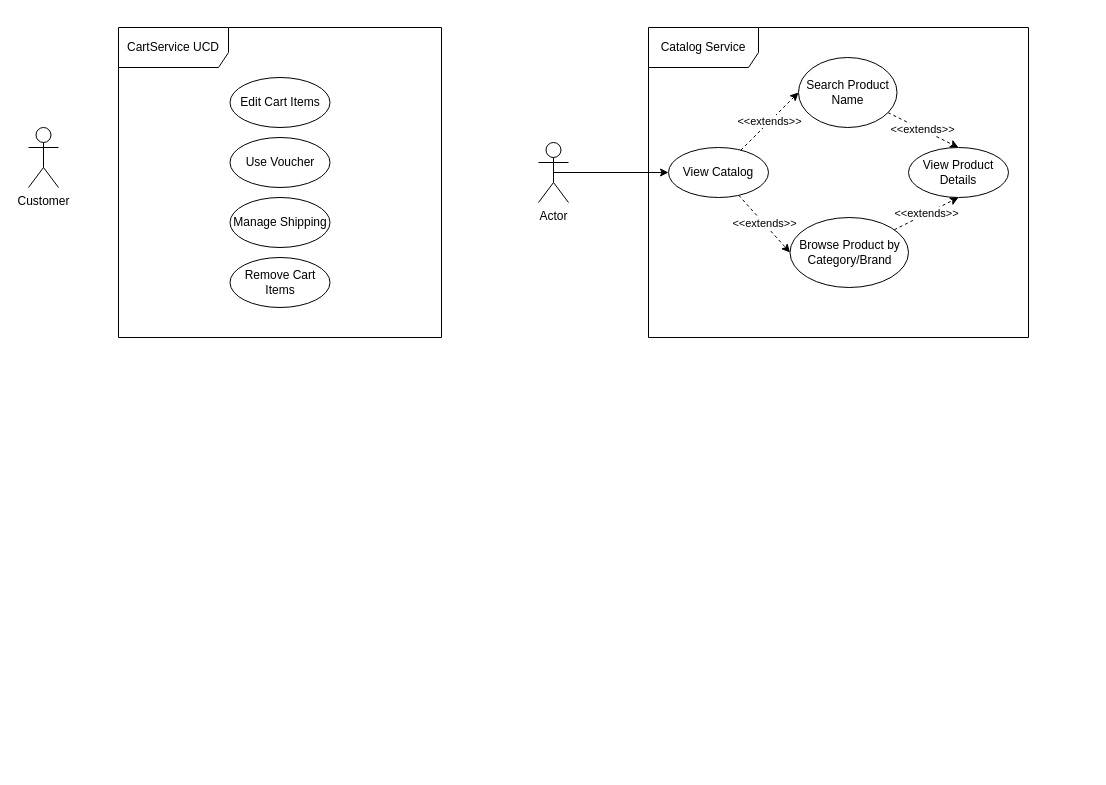
This is DD_usecase.drawio from fsidiqs/DD_Diagrams, a draw.io file, before an edit. Source tidied: cells renumbered, new cells numbered last; positions are measured from the earlier drawing's top-left corner, leaving out a move shared by most shapes. Both pictures are drawn from the tidied source at 100%, with x=0, y=0 at pixel (28, 27).
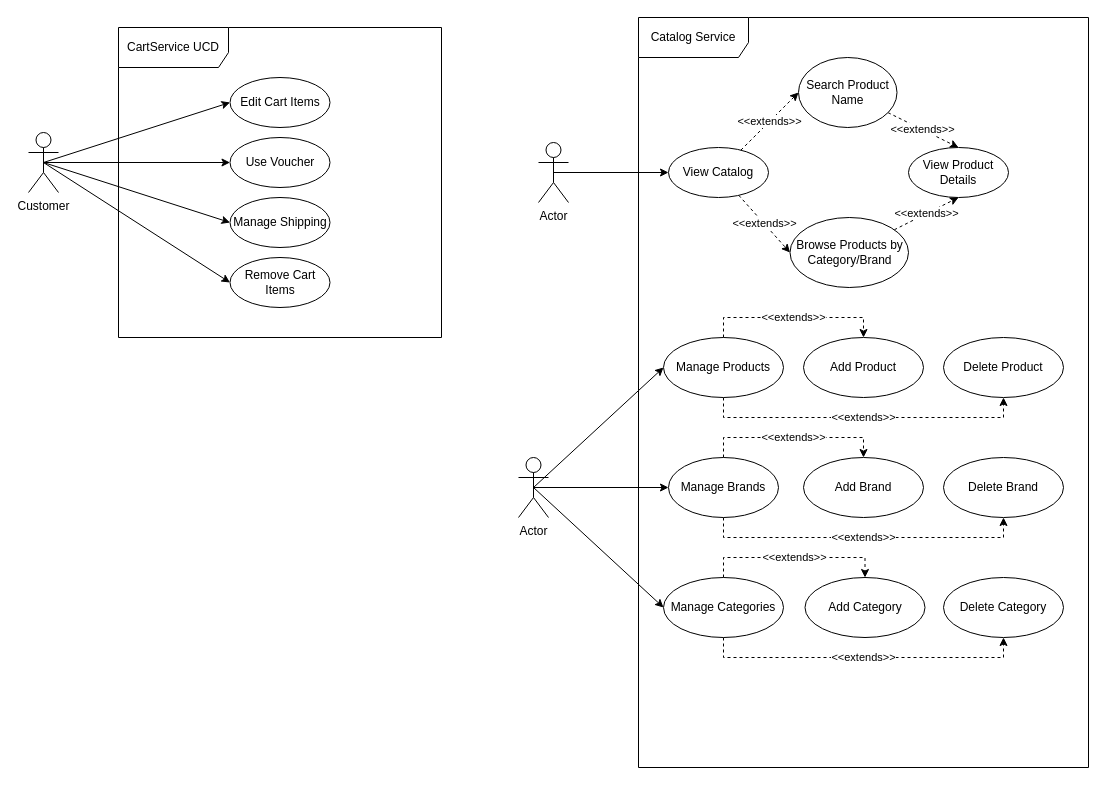
The same diagram, later.

Commit message:
Added Catalog Service DD_usecase.drawio

The change refers to these unchanged cells:
```xml
<mxCell id="4" value="Remove Cart Items" style="ellipse;whiteSpace=wrap;html=1;" parent="1" vertex="1">
  <mxGeometry x="201.5" y="230" width="100" height="50" as="geometry" />
</mxCell>
<mxCell id="5" value="Use Voucher" style="ellipse;whiteSpace=wrap;html=1;" parent="1" vertex="1">
  <mxGeometry x="201.5" y="110" width="100" height="50" as="geometry" />
</mxCell>
<mxCell id="6" value="Edit Cart Items" style="ellipse;whiteSpace=wrap;html=1;" parent="1" vertex="1">
  <mxGeometry x="201.5" y="50" width="100" height="50" as="geometry" />
</mxCell>
<mxCell id="7" value="Manage Shipping" style="ellipse;whiteSpace=wrap;html=1;" parent="1" vertex="1">
  <mxGeometry x="201.5" y="170" width="100" height="50" as="geometry" />
</mxCell>
```

Change to the diagram source:
```diff
@@
+    <mxCell id="19" style="edgeStyle=none;rounded=0;jettySize=auto;html=1;exitX=0.5;exitY=0.5;exitDx=0;exitDy=0;exitPerimeter=0;entryX=0;entryY=0.5;entryDx=0;entryDy=0;" parent="1" edge="1" source="3" target="6">
+      <mxGeometry relative="1" as="geometry" />
+    </mxCell>
+    <mxCell id="20" style="edgeStyle=none;rounded=0;jettySize=auto;html=1;exitX=0.5;exitY=0.5;exitDx=0;exitDy=0;exitPerimeter=0;" parent="1" edge="1" source="3" target="5">
+      <mxGeometry relative="1" as="geometry" />
+    </mxCell>
+    <mxCell id="21" style="edgeStyle=none;rounded=0;jettySize=auto;html=1;exitX=0.5;exitY=0.5;exitDx=0;exitDy=0;exitPerimeter=0;entryX=0;entryY=0.5;entryDx=0;entryDy=0;" parent="1" edge="1" source="3" target="7">
+      <mxGeometry relative="1" as="geometry" />
+    </mxCell>
+    <mxCell id="22" style="edgeStyle=none;rounded=0;jettySize=auto;html=1;exitX=0.5;exitY=0.5;exitDx=0;exitDy=0;exitPerimeter=0;entryX=0;entryY=0.5;entryDx=0;entryDy=0;" parent="1" edge="1" source="3" target="4">
+      <mxGeometry relative="1" as="geometry" />
+    </mxCell>
     <mxCell id="3" value="Customer" style="shape=umlActor;verticalLabelPosition=bottom;labelBackgroundColor=#ffffff;verticalAlign=top;html=1;" parent="1" vertex="1">
-      <mxGeometry y="100" width="30" height="60" as="geometry" />
+      <mxGeometry y="105" width="30" height="60" as="geometry" />
     </mxCell>
@@
     <mxCell id="8" value="Catalog Service" style="shape=umlFrame;whiteSpace=wrap;html=1;width=110;height=40;" parent="1" vertex="1">
-      <mxGeometry x="620" width="380" height="310" as="geometry" />
+      <mxGeometry x="610" y="-10" width="450" height="750" as="geometry" />
     </mxCell>
@@
-    <mxCell id="16" value="Browse Product by Category/Brand" style="ellipse;whiteSpace=wrap;html=1;" parent="1" vertex="1">
+    <mxCell id="16" value="Browse Products by Category/Brand" style="ellipse;whiteSpace=wrap;html=1;" parent="1" vertex="1">
       <mxGeometry x="761.5" y="190" width="118.5" height="70" as="geometry" />
     </mxCell>
@@
+    <mxCell id="23" value="&amp;lt;&amp;lt;extends&amp;gt;&amp;gt;" style="edgeStyle=orthogonalEdgeStyle;rounded=0;jettySize=auto;html=1;entryX=0.5;entryY=0;entryDx=0;entryDy=0;dashed=1;exitX=0.5;exitY=0;exitDx=0;exitDy=0;" parent="1" edge="1" source="25" target="36">
+      <mxGeometry relative="1" as="geometry" />
+    </mxCell>
+    <mxCell id="24" value="&amp;lt;&amp;lt;extends&amp;gt;&amp;gt;" style="edgeStyle=orthogonalEdgeStyle;rounded=0;jettySize=auto;html=1;entryX=0.5;entryY=1;entryDx=0;entryDy=0;dashed=1;" parent="1" edge="1" source="25" target="37">
+      <mxGeometry relative="1" as="geometry">
+        <Array as="points">
+          <mxPoint x="695" y="630" />
+          <mxPoint x="975" y="630" />
+        </Array>
+      </mxGeometry>
+    </mxCell>
+    <mxCell id="25" value="Manage Categories" style="ellipse;whiteSpace=wrap;html=1;" parent="1" vertex="1">
+      <mxGeometry x="635" y="550" width="120" height="60" as="geometry" />
+    </mxCell>
+    <mxCell id="26" value="&amp;lt;&amp;lt;extends&amp;gt;&amp;gt;" style="edgeStyle=orthogonalEdgeStyle;rounded=0;jettySize=auto;html=1;entryX=0.5;entryY=0;entryDx=0;entryDy=0;dashed=1;exitX=0.5;exitY=0;exitDx=0;exitDy=0;" parent="1" edge="1" source="28" target="34">
+      <mxGeometry relative="1" as="geometry" />
+    </mxCell>
+    <mxCell id="27" value="&amp;lt;&amp;lt;extends&amp;gt;&amp;gt;" style="edgeStyle=orthogonalEdgeStyle;rounded=0;jettySize=auto;html=1;entryX=0.5;entryY=1;entryDx=0;entryDy=0;dashed=1;exitX=0.5;exitY=1;exitDx=0;exitDy=0;" parent="1" edge="1" source="28" target="35">
+      <mxGeometry relative="1" as="geometry" />
+    </mxCell>
+    <mxCell id="28" value="Manage Brands" style="ellipse;whiteSpace=wrap;html=1;" parent="1" vertex="1">
+      <mxGeometry x="640" y="430" width="110" height="60" as="geometry" />
+    </mxCell>
+    <mxCell id="29" value="&amp;lt;&amp;lt;extends&amp;gt;&amp;gt;" style="edgeStyle=orthogonalEdgeStyle;rounded=0;jettySize=auto;html=1;exitX=0.5;exitY=0;exitDx=0;exitDy=0;entryX=0.5;entryY=0;entryDx=0;entryDy=0;dashed=1;" parent="1" edge="1" source="31" target="32">
+      <mxGeometry relative="1" as="geometry" />
+    </mxCell>
+    <mxCell id="30" value="&amp;lt;&amp;lt;extends&amp;gt;&amp;gt;" style="edgeStyle=orthogonalEdgeStyle;rounded=0;jettySize=auto;html=1;entryX=0.5;entryY=1;entryDx=0;entryDy=0;dashed=1;exitX=0.5;exitY=1;exitDx=0;exitDy=0;" parent="1" edge="1" source="31" target="33">
+      <mxGeometry relative="1" as="geometry">
+        <Array as="points">
+          <mxPoint x="695" y="390" />
+          <mxPoint x="975" y="390" />
+        </Array>
+      </mxGeometry>
+    </mxCell>
+    <mxCell id="31" value="Manage Products" style="ellipse;whiteSpace=wrap;html=1;" parent="1" vertex="1">
+      <mxGeometry x="635" y="310" width="120" height="60" as="geometry" />
+    </mxCell>
+    <mxCell id="32" value="Add Product" style="ellipse;whiteSpace=wrap;html=1;" parent="1" vertex="1">
+      <mxGeometry x="775" y="310" width="120" height="60" as="geometry" />
+    </mxCell>
+    <mxCell id="33" value="Delete Product" style="ellipse;whiteSpace=wrap;html=1;" parent="1" vertex="1">
+      <mxGeometry x="915" y="310" width="120" height="60" as="geometry" />
+    </mxCell>
+    <mxCell id="34" value="Add Brand" style="ellipse;whiteSpace=wrap;html=1;" parent="1" vertex="1">
+      <mxGeometry x="775" y="430" width="120" height="60" as="geometry" />
+    </mxCell>
+    <mxCell id="35" value="Delete Brand" style="ellipse;whiteSpace=wrap;html=1;" parent="1" vertex="1">
+      <mxGeometry x="915" y="430" width="120" height="60" as="geometry" />
+    </mxCell>
+    <mxCell id="36" value="Add Category" style="ellipse;whiteSpace=wrap;html=1;" parent="1" vertex="1">
+      <mxGeometry x="776.5" y="550" width="120" height="60" as="geometry" />
+    </mxCell>
+    <mxCell id="37" value="Delete Category" style="ellipse;whiteSpace=wrap;html=1;" parent="1" vertex="1">
+      <mxGeometry x="915" y="550" width="120" height="60" as="geometry" />
+    </mxCell>
+    <mxCell id="38" style="edgeStyle=none;rounded=0;jettySize=auto;html=1;exitX=0.5;exitY=0.5;exitDx=0;exitDy=0;exitPerimeter=0;entryX=0;entryY=0.5;entryDx=0;entryDy=0;" parent="1" edge="1" source="41" target="31">
+      <mxGeometry relative="1" as="geometry" />
+    </mxCell>
+    <mxCell id="39" style="edgeStyle=orthogonalEdgeStyle;rounded=0;jettySize=auto;html=1;exitX=0.5;exitY=0.5;exitDx=0;exitDy=0;exitPerimeter=0;" parent="1" edge="1" source="41" target="28">
+      <mxGeometry relative="1" as="geometry" />
+    </mxCell>
+    <mxCell id="40" style="rounded=0;jettySize=auto;html=1;exitX=0.5;exitY=0.5;exitDx=0;exitDy=0;exitPerimeter=0;entryX=0;entryY=0.5;entryDx=0;entryDy=0;" parent="1" edge="1" source="41" target="25">
+      <mxGeometry relative="1" as="geometry" />
+    </mxCell>
+    <mxCell id="41" value="Actor" style="shape=umlActor;verticalLabelPosition=bottom;labelBackgroundColor=#ffffff;verticalAlign=top;html=1;" parent="1" vertex="1">
+      <mxGeometry x="490" y="430" width="30" height="60" as="geometry" />
+    </mxCell>
```
